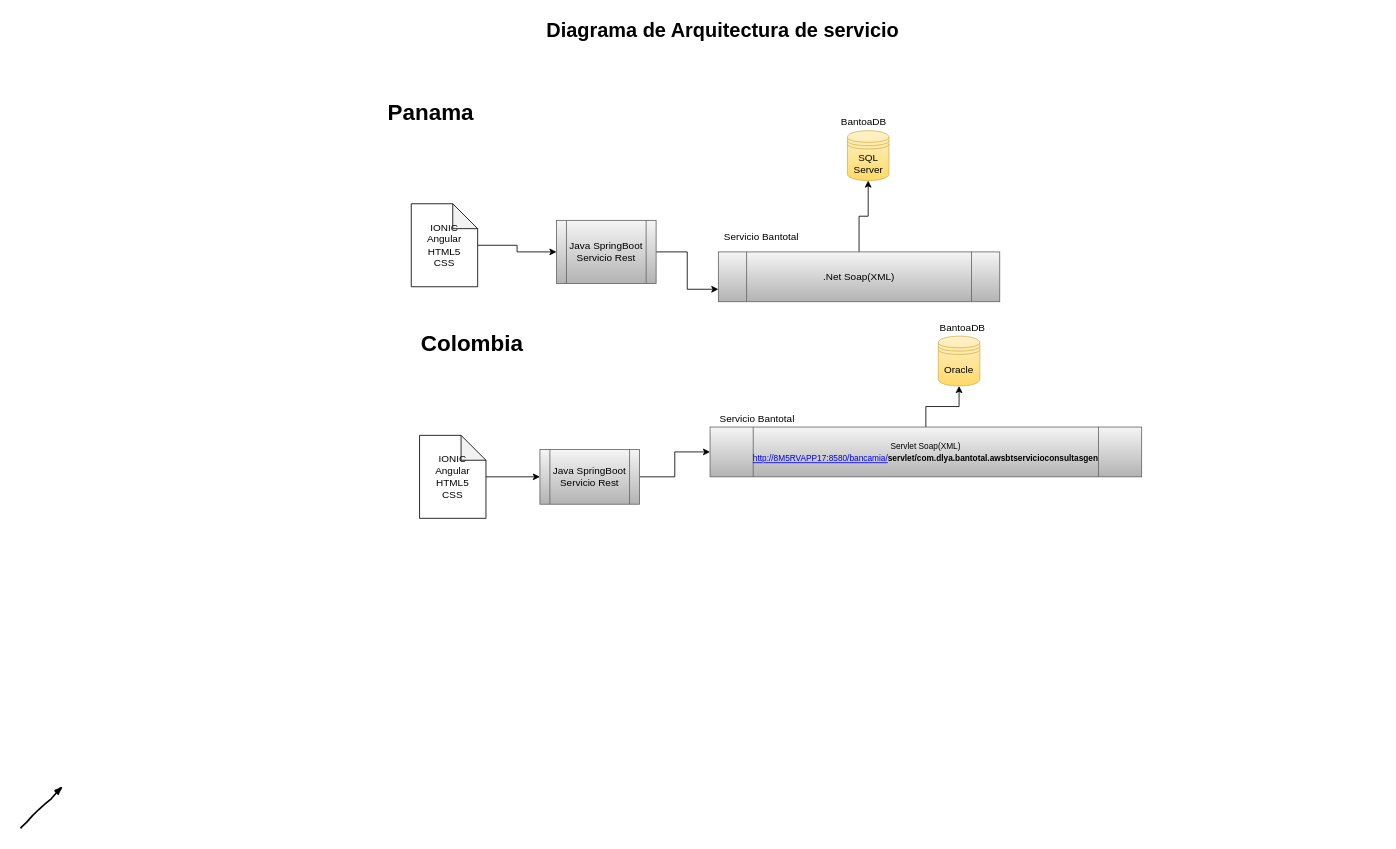
ximenawilliams/AndroidCordova keeps this draw.io diagram as Untitled Diagram.drawio. Above is the earlier version. Source tidied: cells renumbered, new cells numbered last; positions are measured from the earlier drawing's top-left corner, leaving out a move shared by most shapes. Both pictures are drawn from the tidied source at 83%, with x=0, y=0 at pixel (21, 14).
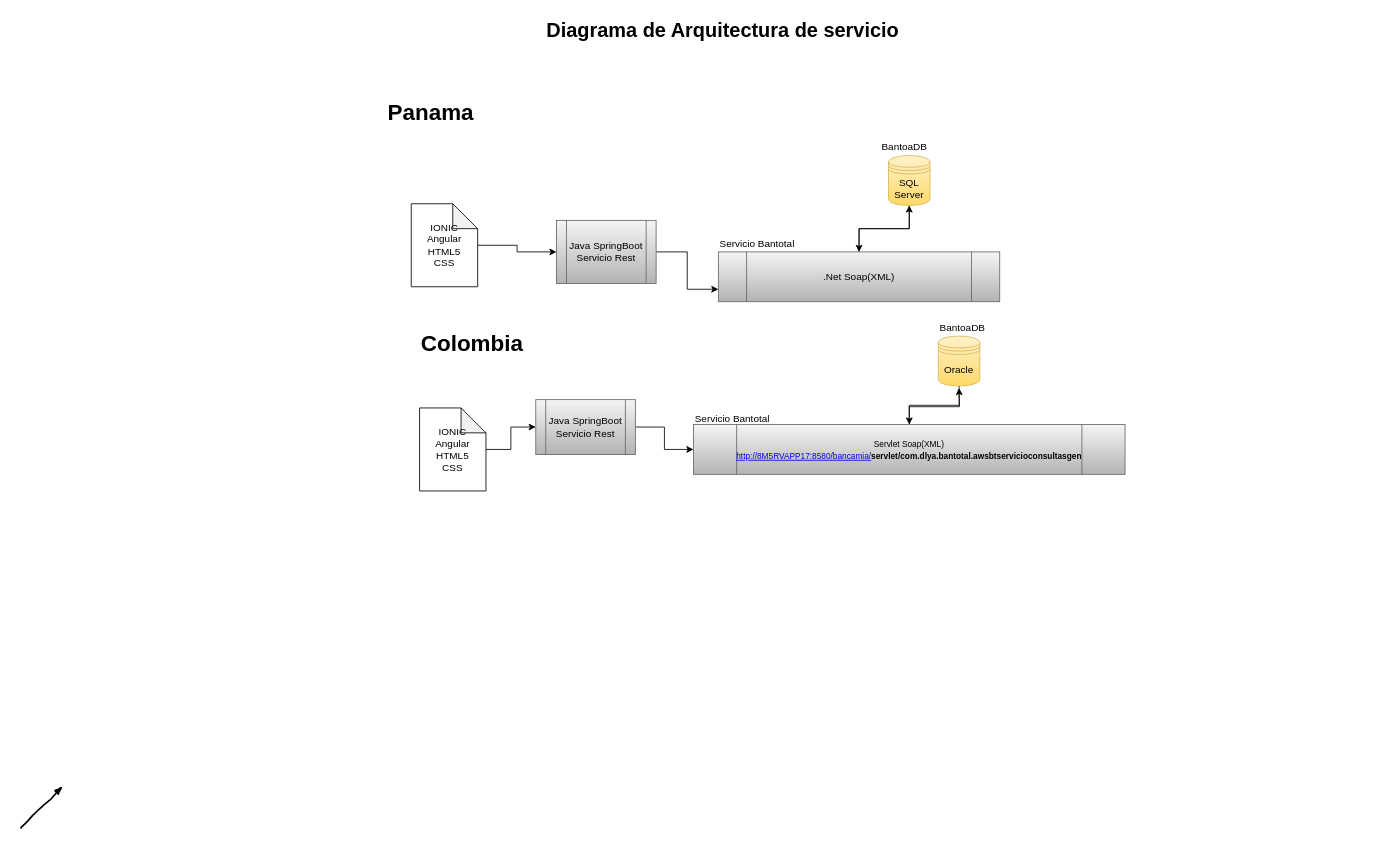
The same page after the edit.

The change refers to these unchanged cells:
```xml
<mxCell id="4" value=".Net Soap(XML)" style="shape=process;whiteSpace=wrap;html=1;backgroundOutline=1;gradientColor=#b3b3b3;fillColor=#f5f5f5;strokeColor=#666666;" parent="1" vertex="1">
  <mxGeometry x="840" y="286" width="339" height="60" as="geometry" />
</mxCell>
<mxCell id="11" value="Oracle" style="shape=datastore;whiteSpace=wrap;html=1;gradientColor=#ffd966;fillColor=#fff2cc;strokeColor=#d6b656;" parent="1" vertex="1">
  <mxGeometry x="1105" y="387.5" width="50" height="60" as="geometry" />
</mxCell>
```

The edit, as a diff of the source:
```diff
@@
-    <mxCell id="3" style="edgeStyle=orthogonalEdgeStyle;rounded=0;jettySize=auto;html=1;entryX=0.5;entryY=1;entryDx=0;entryDy=0;" parent="1" edge="1" source="4" target="5">
+    <mxCell id="3" style="edgeStyle=orthogonalEdgeStyle;rounded=0;jettySize=auto;html=1;" parent="1" edge="1" source="4" target="5">
       <mxGeometry relative="1" as="geometry" />
     </mxCell>
@@
+    <mxCell id="24" style="edgeStyle=orthogonalEdgeStyle;rounded=0;jettySize=auto;html=1;" parent="1" edge="1" source="5" target="4">
+      <mxGeometry relative="1" as="geometry" />
+    </mxCell>
     <mxCell id="5" value="SQL Server" style="shape=datastore;whiteSpace=wrap;html=1;gradientColor=#ffd966;fillColor=#fff2cc;strokeColor=#d6b656;" parent="1" vertex="1">
-      <mxGeometry x="995.5" y="140" width="50" height="60" as="geometry" />
+      <mxGeometry x="1045" y="170" width="50" height="60" as="geometry" />
     </mxCell>
@@
-    <mxCell id="9" style="edgeStyle=orthogonalEdgeStyle;rounded=0;jettySize=auto;html=1;entryX=0.5;entryY=1;entryDx=0;entryDy=0;" parent="1" edge="1" source="10" target="11">
-      <mxGeometry relative="1" as="geometry" />
-    </mxCell>
+    <mxCell id="25" style="edgeStyle=orthogonalEdgeStyle;rounded=0;jettySize=auto;html=1;" parent="1" edge="1" source="10">
+      <mxGeometry relative="1" as="geometry">
+        <mxPoint x="1130" y="450" as="targetPoint" />
+      </mxGeometry>
+    </mxCell>
     <mxCell id="10" value="&lt;font style=&quot;font-size: 10px&quot;&gt;&lt;font style=&quot;font-size: 10px&quot;&gt;Servlet Soap(XML)&lt;/font&gt;&lt;br&gt;&lt;a href=&quot;http://8m5rvapp17:8580/bancamia/&quot; target=&quot;_blank&quot;&gt;http://8M5RVAPP17:8580/bancamia/&lt;/a&gt;&lt;b&gt;servlet/com.dlya.bantotal.awsbtservicioconsultasgen&lt;/b&gt;&lt;/font&gt;&lt;span&gt;&lt;br&gt;&lt;/span&gt;" style="shape=process;whiteSpace=wrap;html=1;backgroundOutline=1;gradientColor=#b3b3b3;fillColor=#f5f5f5;strokeColor=#666666;" parent="1" vertex="1">
-      <mxGeometry x="830" y="497" width="520" height="60" as="geometry" />
+      <mxGeometry x="810" y="494" width="520" height="60" as="geometry" />
     </mxCell>
+    <mxCell id="26" style="edgeStyle=orthogonalEdgeStyle;rounded=0;jettySize=auto;html=1;" parent="1" edge="1" source="11" target="10">
+      <mxGeometry relative="1" as="geometry" />
+    </mxCell>
@@
     <mxCell id="13" value="&lt;span&gt;Java SpringBoot&lt;/span&gt;&lt;br&gt;&lt;span&gt;Servicio Rest&lt;/span&gt;" style="shape=process;whiteSpace=wrap;html=1;backgroundOutline=1;gradientColor=#b3b3b3;fillColor=#f5f5f5;strokeColor=#666666;" parent="1" vertex="1">
-      <mxGeometry x="625" y="524" width="120" height="66" as="geometry" />
+      <mxGeometry x="620" y="464" width="120" height="66" as="geometry" />
     </mxCell>
@@
     <mxCell id="16" value="BantoaDB" style="text;html=1;align=left;verticalAlign=top;spacingTop=-4;" parent="1" vertex="1">
-      <mxGeometry x="985.5" y="120" width="70" height="20" as="geometry" />
+      <mxGeometry x="1035" y="150" width="70" height="20" as="geometry" />
     </mxCell>
@@
     <mxCell id="18" value="Servicio Bantotal" style="text;html=1;align=left;verticalAlign=top;spacingTop=-4;" parent="1" vertex="1">
-      <mxGeometry x="845" y="258" width="110" height="20" as="geometry" />
+      <mxGeometry x="840" y="266" width="110" height="20" as="geometry" />
     </mxCell>
     <mxCell id="19" value="Servicio Bantotal" style="text;html=1;align=left;verticalAlign=top;spacingTop=-4;" parent="1" vertex="1">
-      <mxGeometry x="840" y="477" width="110" height="20" as="geometry" />
+      <mxGeometry x="810" y="477" width="110" height="20" as="geometry" />
     </mxCell>
@@
     <mxCell id="23" value="&lt;span&gt;IONIC&lt;/span&gt;&lt;br&gt;&lt;span&gt;Angular&lt;/span&gt;&lt;br&gt;&lt;span&gt;HTML5&lt;/span&gt;&lt;br&gt;&lt;span&gt;CSS&lt;/span&gt;" style="shape=note;whiteSpace=wrap;html=1;backgroundOutline=1;darkOpacity=0.05;" parent="1" vertex="1">
-      <mxGeometry x="480" y="507" width="80" height="100" as="geometry" />
+      <mxGeometry x="480" y="474" width="80" height="100" as="geometry" />
     </mxCell>
```
